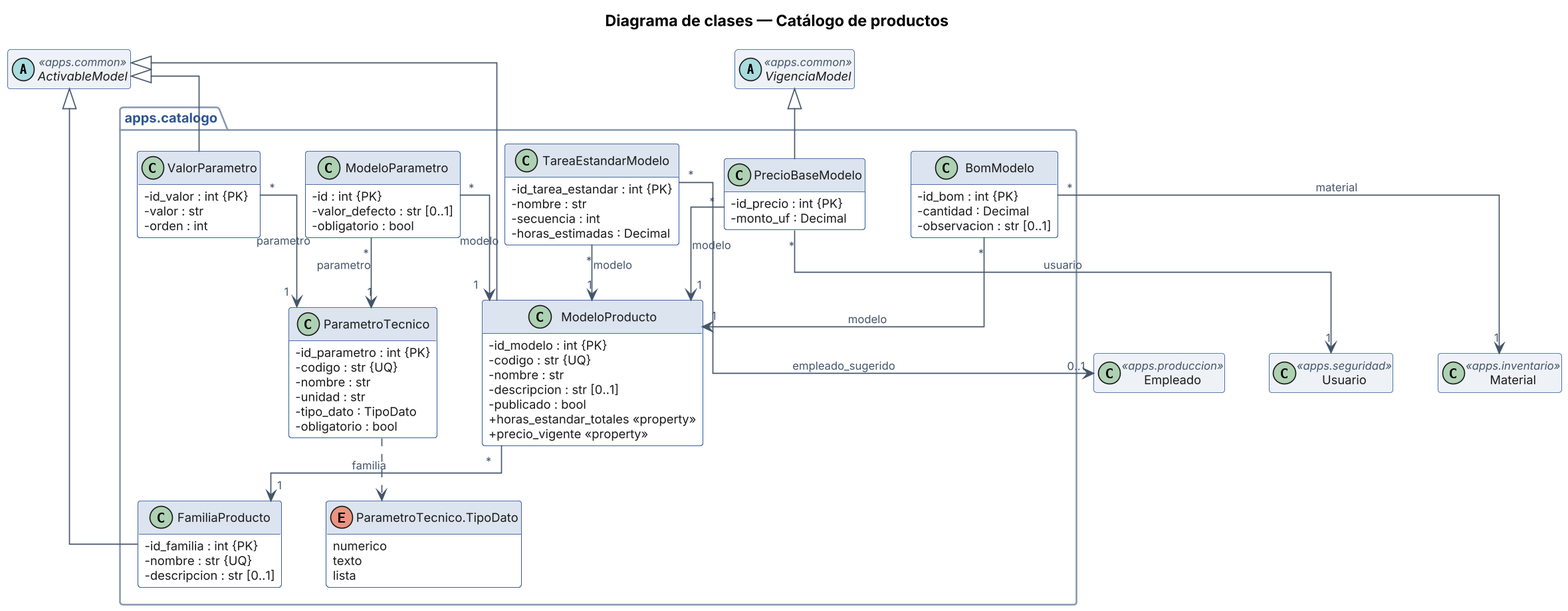
The PlantUML diagram Fase 2/Evidencias Proyecto/Evidencias de documentación/3. Análisis y diseño/SITRAFO_Diagramas_MER_y_Clases/Diagramas de clases/Clases_Catalogo.png in benjamindelgado-dev/SITRAFO, before a commit.
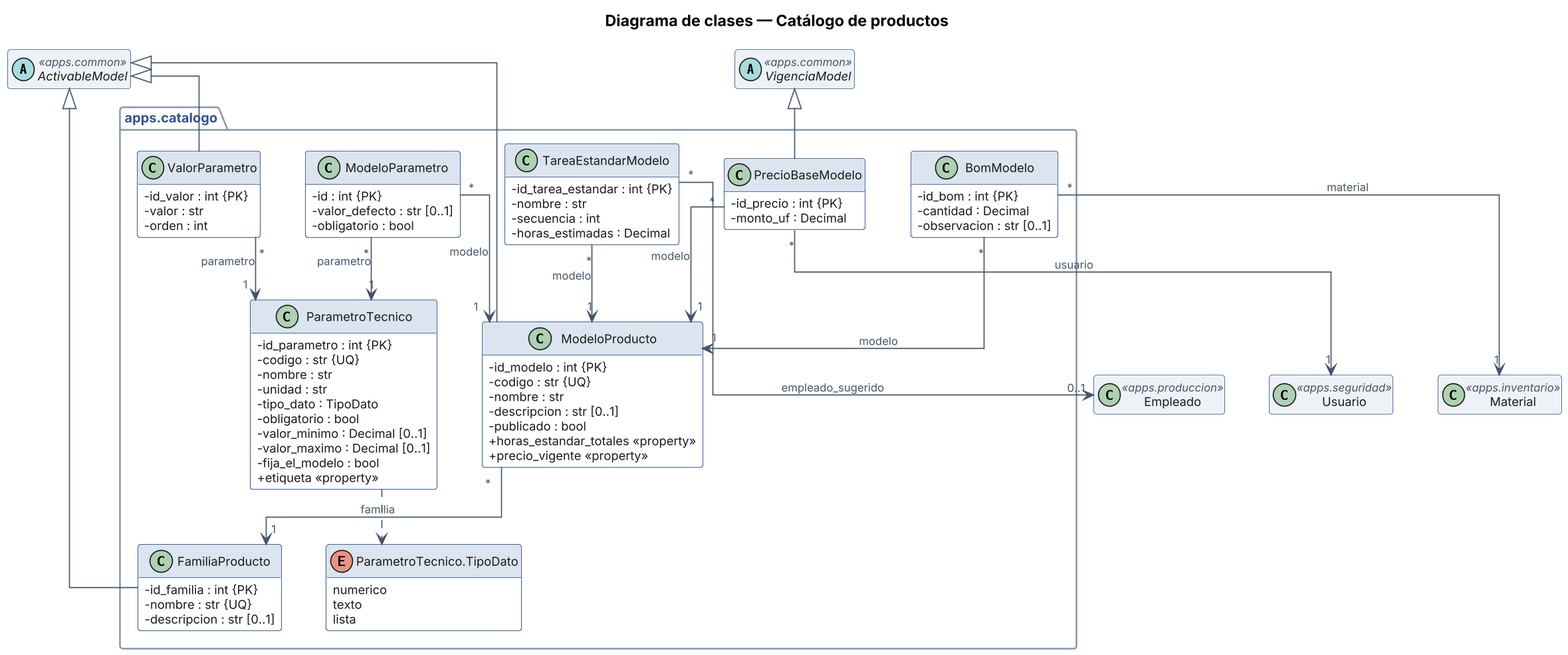
The same file after the commit.

What changed in the source:
```diff
@@ -30,6 +30,10 @@
   - unidad : str
   - tipo_dato : TipoDato
   - obligatorio : bool
+  - valor_minimo : Decimal [0..1]
+  - valor_maximo : Decimal [0..1]
+  - fija_el_modelo : bool
+  + etiqueta «property»
 }
 enum "ParametroTecnico.TipoDato" as ParametroTecnico_TipoDato {
   numerico
```
